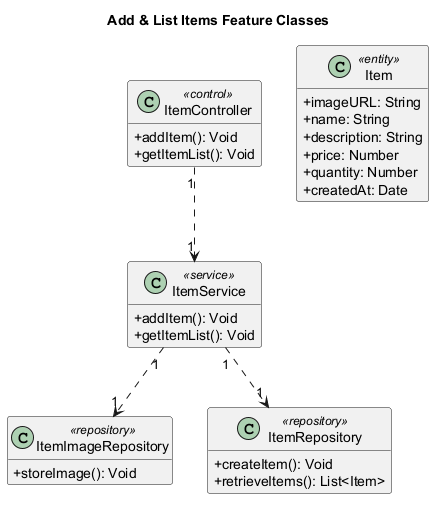
Dulneth210229/Auto-Forge-MAS keeps this PlantUML diagram as services/agentic_service/outputs/retail-store/feature-add-list-items/03_architecture/add_list_items_class_v1.png. Above is the earlier version.
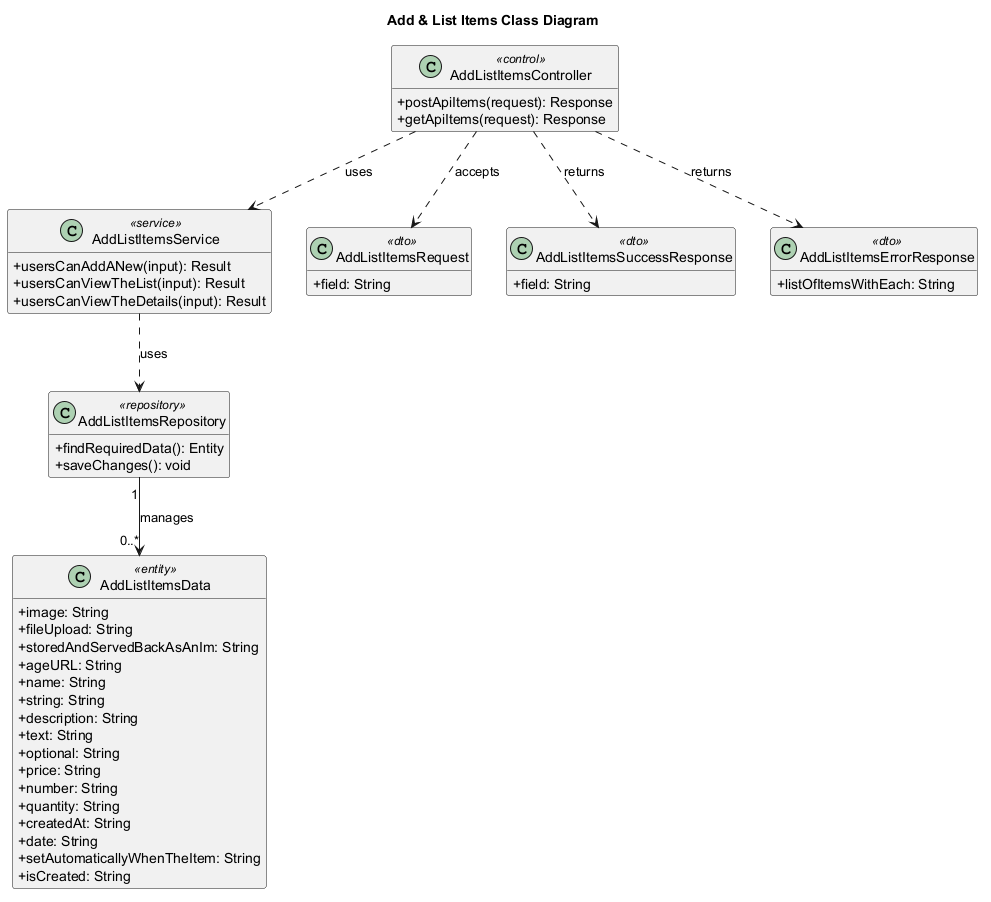
After the change.

What changed in the source:
```diff
@@ -3,38 +3,60 @@
 skinparam shadowing false
 hide empty members
 
-title Add & List Items Feature Classes
+title Add & List Items Class Diagram
 
-class "ItemController" as CLS_CONTROL_001 <<control>> {
-  +addItem(): Void
-  +getItemList(): Void
+class "AddListItemsController" as CLS_CONTROLLER <<control>> {
+  +postApiItems(request): Response
+  +getApiItems(request): Response
 }
 
-class "ItemService" as CLS_SERVICE_001 <<service>> {
-  +addItem(): Void
-  +getItemList(): Void
+class "AddListItemsService" as CLS_SERVICE <<service>> {
+  +usersCanAddANew(input): Result
+  +usersCanViewTheList(input): Result
+  +usersCanViewTheDetails(input): Result
 }
 
-class "ItemImageRepository" as CLS_REPOSITORY_001 <<repository>> {
-  +storeImage(): Void
+class "AddListItemsRequest" as CLS_REQUEST_001 <<dto>> {
+  +field: String
 }
 
-class "ItemRepository" as CLS_REPOSITORY_002 <<repository>> {
-  +createItem(): Void
-  +retrieveItems(): List<Item>
+class "AddListItemsSuccessResponse" as CLS_RESPONSE_001 <<dto>> {
+  +field: String
 }
 
-class "Item" as CLS_ENTITY_001 <<entity>> {
-  +imageURL: String
-  +name: String
-  +description: String
-  +price: Number
-  +quantity: Number
-  +createdAt: Date
+class "AddListItemsErrorResponse" as CLS_RESPONSE_002 <<dto>> {
+  +listOfItemsWithEach: String
 }
 
-CLS_CONTROL_001 "1" ..> "1" CLS_SERVICE_001
-CLS_SERVICE_001 "1" ..> "1" CLS_REPOSITORY_001
-CLS_SERVICE_001 "1" ..> "1" CLS_REPOSITORY_002
+class "AddListItemsData" as CLS_ENTITY_001 <<entity>> {
+  +image: String
+  +fileUpload: String
+  +storedAndServedBackAsAnIm: String
+  +ageURL: String
+  +name: String
+  +string: String
+  +description: String
+  +text: String
+  +optional: String
+  +price: String
+  +number: String
+  +quantity: String
+  +createdAt: String
+  +date: String
+  +setAutomaticallyWhenTheItem: String
+  +isCreated: String
+}
+
+class "AddListItemsRepository" as CLS_REPOSITORY <<repository>> {
+  +findRequiredData(): Entity
+  +saveChanges(): void
+}
+
+CLS_CONTROLLER ..> CLS_SERVICE : uses
+CLS_CONTROLLER ..> CLS_REQUEST_001 : accepts
+CLS_CONTROLLER ..> CLS_RESPONSE_001 : returns
+CLS_CONTROLLER ..> CLS_RESPONSE_002 : returns
+CLS_SERVICE ..> CLS_REPOSITORY : uses
+CLS_REPOSITORY "1" --> "0..*" CLS_ENTITY_001 : manages
 
 @enduml
```
